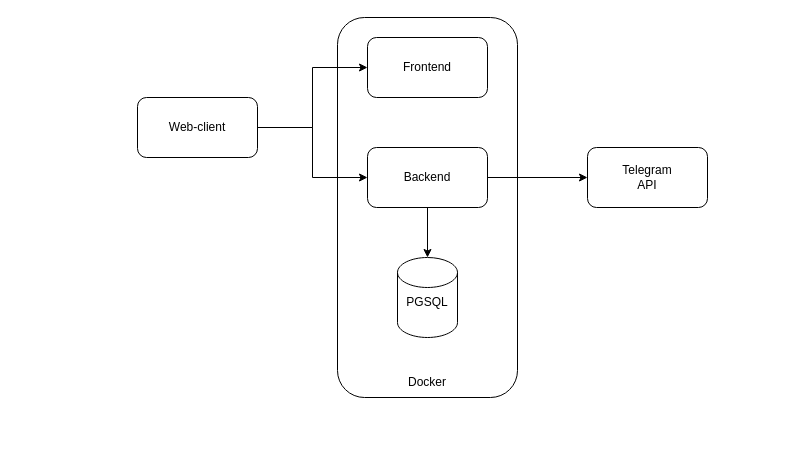
Above: diagrams/pobedit.drawio in urasmel/pobedit (draw.io), before the change. Source tidied: cells renumbered, new cells numbered last; positions are measured from the earlier drawing's top-left corner, leaving out a move shared by most shapes. Both pictures are drawn from the tidied source at 100%, with x=0, y=0 at pixel (137, 17).
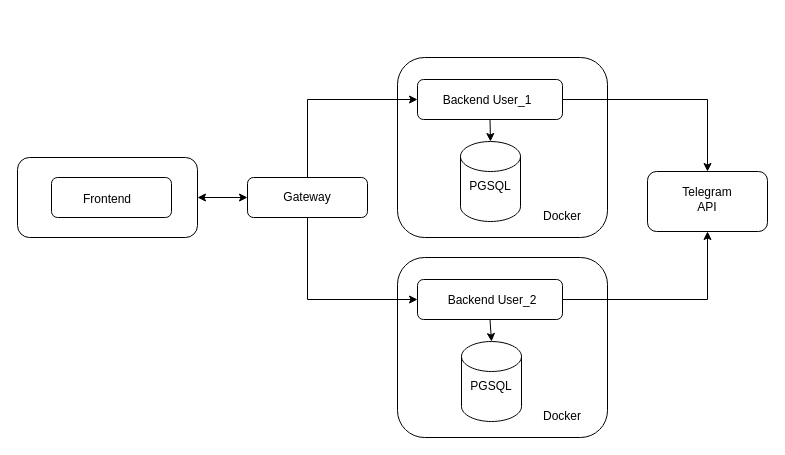
The same page after the edit.

Change to the diagram source:
```diff
@@
-    <mxCell id="2" style="rounded=1;whiteSpace=wrap;html=1;" parent="1" vertex="1">
-      <mxGeometry y="80" width="120" height="60" as="geometry" />
-    </mxCell>
-    <mxCell id="3" value="Web-client" style="text;html=1;align=center;verticalAlign=middle;whiteSpace=wrap;rounded=0;" parent="1" vertex="1">
-      <mxGeometry x="30" y="95" width="60" height="30" as="geometry" />
-    </mxCell>
     <mxCell id="4" style="rounded=1;whiteSpace=wrap;html=1;" parent="1" vertex="1">
-      <mxGeometry x="450" y="130" width="120" height="60" as="geometry" />
+      <mxGeometry x="510" y="154" width="120" height="60" as="geometry" />
     </mxCell>
     <mxCell id="5" value="Telegram API" style="text;html=1;align=center;verticalAlign=middle;whiteSpace=wrap;rounded=0;" parent="1" vertex="1">
-      <mxGeometry x="480" y="145" width="60" height="30" as="geometry" />
+      <mxGeometry x="540" y="167" width="60" height="30" as="geometry" />
     </mxCell>
     <mxCell id="6" style="rounded=1;whiteSpace=wrap;html=1;" parent="1" vertex="1">
-      <mxGeometry x="200" width="180" height="380" as="geometry" />
+      <mxGeometry x="260" y="40" width="210" height="180" as="geometry" />
     </mxCell>
-    <mxCell id="7" style="rounded=1;whiteSpace=wrap;html=1;" parent="1" vertex="1">
-      <mxGeometry x="230" y="20" width="120" height="60" as="geometry" />
-    </mxCell>
-    <mxCell id="8" value="Frontend" style="text;html=1;align=center;verticalAlign=middle;whiteSpace=wrap;rounded=0;" parent="1" vertex="1">
-      <mxGeometry x="260" y="35" width="60" height="30" as="geometry" />
-    </mxCell>
-    <mxCell id="9" style="edgeStyle=orthogonalEdgeStyle;rounded=0;jettySize=auto;html=1;entryX=0.5;entryY=0;entryDx=0;entryDy=0;entryPerimeter=0;" parent="1" edge="1" source="10" target="12">
-      <mxGeometry relative="1" as="geometry">
-        <Array as="points">
-          <mxPoint x="290" y="240" />
-          <mxPoint x="290" y="240" />
-        </Array>
-      </mxGeometry>
-    </mxCell>
     <mxCell id="10" style="rounded=1;whiteSpace=wrap;html=1;" parent="1" vertex="1">
-      <mxGeometry x="230" y="130" width="120" height="60" as="geometry" />
+      <mxGeometry x="280" y="62" width="145" height="40" as="geometry" />
     </mxCell>
-    <mxCell id="11" value="Backend" style="text;html=1;align=center;verticalAlign=middle;whiteSpace=wrap;rounded=0;" parent="1" vertex="1">
-      <mxGeometry x="260" y="145" width="60" height="30" as="geometry" />
+    <mxCell id="11" value="Backend User_1" style="text;html=1;align=center;verticalAlign=middle;whiteSpace=wrap;rounded=0;" parent="1" vertex="1">
+      <mxGeometry x="290" y="68" width="120" height="30" as="geometry" />
     </mxCell>
     <mxCell id="12" style="shape=cylinder3;whiteSpace=wrap;html=1;boundedLbl=1;backgroundOutline=1;size=15;" parent="1" vertex="1">
-      <mxGeometry x="260" y="240" width="60" height="80" as="geometry" />
+      <mxGeometry x="323" y="124" width="60" height="80" as="geometry" />
     </mxCell>
     <mxCell id="13" value="PGSQL" style="text;html=1;align=center;verticalAlign=middle;whiteSpace=wrap;rounded=0;" parent="1" vertex="1">
-      <mxGeometry x="260" y="270" width="60" height="30" as="geometry" />
+      <mxGeometry x="323" y="154" width="60" height="30" as="geometry" />
     </mxCell>
-    <mxCell id="14" style="edgeStyle=orthogonalEdgeStyle;rounded=0;jettySize=auto;html=1;entryX=0;entryY=0.5;entryDx=0;entryDy=0;" parent="1" edge="1" source="2" target="7">
-      <mxGeometry relative="1" as="geometry" />
-    </mxCell>
-    <mxCell id="15" style="edgeStyle=orthogonalEdgeStyle;rounded=0;jettySize=auto;html=1;entryX=0;entryY=0.5;entryDx=0;entryDy=0;" parent="1" edge="1" source="2" target="10">
-      <mxGeometry relative="1" as="geometry" />
+    <mxCell id="15" style="edgeStyle=orthogonalEdgeStyle;rounded=0;jettySize=auto;html=1;entryX=0;entryY=0.5;entryDx=0;entryDy=0;exitX=0.5;exitY=0;exitDx=0;exitDy=0;" parent="1" edge="1" source="2" target="10">
+      <mxGeometry relative="1" as="geometry">
+        <Array as="points">
+          <mxPoint x="170" y="82" />
+        </Array>
+      </mxGeometry>
     </mxCell>
-    <mxCell id="16" style="edgeStyle=orthogonalEdgeStyle;rounded=0;jettySize=auto;html=1;entryX=0;entryY=0.5;entryDx=0;entryDy=0;" parent="1" edge="1" source="10" target="4">
+    <mxCell id="16" style="edgeStyle=orthogonalEdgeStyle;rounded=0;jettySize=auto;html=1;entryX=0.5;entryY=0;entryDx=0;entryDy=0;" parent="1" edge="1" source="10" target="4">
       <mxGeometry relative="1" as="geometry" />
     </mxCell>
     <mxCell id="17" value="Docker" style="text;html=1;align=center;verticalAlign=middle;whiteSpace=wrap;rounded=0;" parent="1" vertex="1">
-      <mxGeometry x="260" y="350" width="60" height="30" as="geometry" />
+      <mxGeometry x="395" y="184" width="60" height="30" as="geometry" />
     </mxCell>
+    <mxCell id="9" style="endArrow=classic;html=1;rounded=0;entryX=0.5;entryY=0;entryDx=0;entryDy=0;entryPerimeter=0;exitX=0.5;exitY=1;exitDx=0;exitDy=0;" parent="1" edge="1" source="10" target="12">
+      <mxGeometry relative="1" as="geometry" />
+    </mxCell>
+    <mxCell id="18" style="rounded=1;whiteSpace=wrap;html=1;" parent="1" vertex="1">
+      <mxGeometry x="260" y="240" width="210" height="180" as="geometry" />
+    </mxCell>
+    <mxCell id="19" style="rounded=1;whiteSpace=wrap;html=1;" parent="1" vertex="1">
+      <mxGeometry x="280" y="262" width="145" height="40" as="geometry" />
+    </mxCell>
+    <mxCell id="20" value="Backend User_2" style="text;html=1;align=center;verticalAlign=middle;whiteSpace=wrap;rounded=0;" parent="1" vertex="1">
+      <mxGeometry x="300" y="268" width="110" height="30" as="geometry" />
+    </mxCell>
+    <mxCell id="21" style="shape=cylinder3;whiteSpace=wrap;html=1;boundedLbl=1;backgroundOutline=1;size=15;" parent="1" vertex="1">
+      <mxGeometry x="324" y="324" width="60" height="80" as="geometry" />
+    </mxCell>
+    <mxCell id="22" value="PGSQL" style="text;html=1;align=center;verticalAlign=middle;whiteSpace=wrap;rounded=0;" parent="1" vertex="1">
+      <mxGeometry x="324" y="354" width="60" height="30" as="geometry" />
+    </mxCell>
+    <mxCell id="23" value="Docker" style="text;html=1;align=center;verticalAlign=middle;whiteSpace=wrap;rounded=0;" parent="1" vertex="1">
+      <mxGeometry x="395" y="384" width="60" height="30" as="geometry" />
+    </mxCell>
+    <mxCell id="24" style="endArrow=classic;html=1;rounded=0;entryX=0.5;entryY=0;entryDx=0;entryDy=0;entryPerimeter=0;exitX=0.5;exitY=1;exitDx=0;exitDy=0;" parent="1" edge="1" source="19" target="21">
+      <mxGeometry relative="1" as="geometry" />
+    </mxCell>
+    <mxCell id="25" style="edgeStyle=orthogonalEdgeStyle;rounded=0;jettySize=auto;html=1;entryX=0;entryY=0.5;entryDx=0;entryDy=0;exitX=0.5;exitY=0.883;exitDx=0;exitDy=0;exitPerimeter=0;" parent="1" edge="1" source="2" target="19">
+      <mxGeometry relative="1" as="geometry">
+        <Array as="points">
+          <mxPoint x="170" y="282" />
+        </Array>
+      </mxGeometry>
+    </mxCell>
+    <mxCell id="26" style="edgeStyle=orthogonalEdgeStyle;rounded=0;jettySize=auto;html=1;exitX=1;exitY=0.5;exitDx=0;exitDy=0;entryX=0.5;entryY=1;entryDx=0;entryDy=0;" parent="1" edge="1" source="19" target="4">
+      <mxGeometry relative="1" as="geometry" />
+    </mxCell>
+    <mxCell id="27" style="rounded=1;whiteSpace=wrap;html=1;" parent="1" vertex="1">
+      <mxGeometry x="-120" y="140" width="180" height="80" as="geometry" />
+    </mxCell>
+    <mxCell id="7" style="rounded=1;whiteSpace=wrap;html=1;" parent="1" vertex="1">
+      <mxGeometry x="-86" y="160" width="120" height="40" as="geometry" />
+    </mxCell>
+    <mxCell id="8" value="Frontend" style="text;html=1;align=center;verticalAlign=middle;whiteSpace=wrap;rounded=0;" parent="1" vertex="1">
+      <mxGeometry x="-60" y="167" width="60" height="30" as="geometry" />
+    </mxCell>
+    <mxCell id="2" style="rounded=1;whiteSpace=wrap;html=1;" parent="1" vertex="1">
+      <mxGeometry x="110" y="160" width="120" height="40" as="geometry" />
+    </mxCell>
+    <mxCell id="3" value="&lt;div&gt;Gateway&lt;/div&gt;" style="text;html=1;align=center;verticalAlign=middle;whiteSpace=wrap;rounded=0;" parent="1" vertex="1">
+      <mxGeometry x="140" y="165" width="60" height="30" as="geometry" />
+    </mxCell>
+    <mxCell id="28" style="endArrow=classic;startArrow=classic;html=1;rounded=0;entryX=0;entryY=0.5;entryDx=0;entryDy=0;exitX=1;exitY=0.5;exitDx=0;exitDy=0;" parent="1" edge="1" source="27" target="2">
+      <mxGeometry relative="1" as="geometry" />
+    </mxCell>
```
